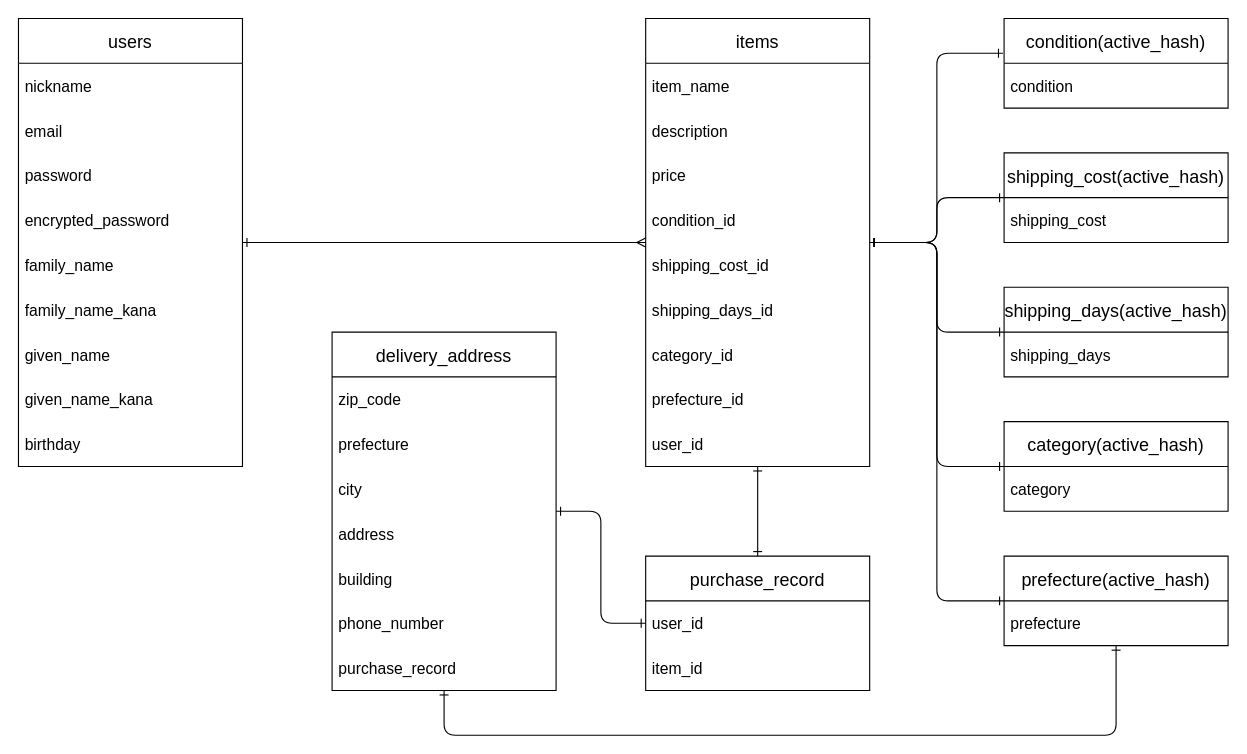
The draw.io diagram er.dio in oyo-112/furima-37147, before the edit. Source tidied: cells renumbered, new cells numbered last; positions are measured from the earlier drawing's top-left corner, leaving out a move shared by most shapes. Both pictures are drawn from the tidied source at 112%, with x=0, y=0 at pixel (18, 18).
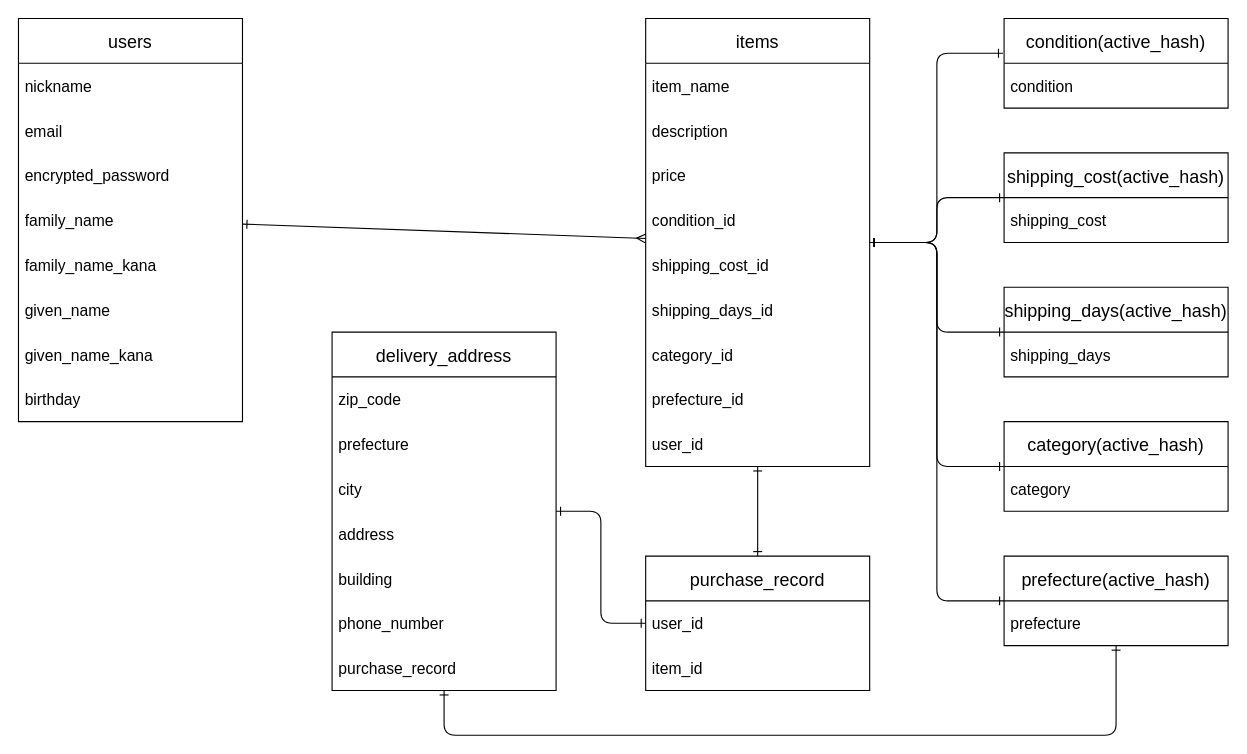
After the change.

Commit message (it also covers changes not shown here):
usersテーブルよりカラム:パスワードを削除

Diff of the diagram source:
```diff
@@
     <mxCell id="3" value="users" style="swimlane;fontStyle=0;horizontal=1;startSize=40;align=center;fontSize=16;" parent="1" vertex="1">
-      <mxGeometry width="200" height="400" as="geometry" />
+      <mxGeometry width="200" height="360" as="geometry" />
     </mxCell>
@@
-    <mxCell id="6" value="password" style="text;strokeColor=none;fillColor=none;spacingLeft=4;spacingRight=4;overflow=hidden;fontSize=14;verticalAlign=middle;" parent="3" vertex="1">
-      <mxGeometry y="120" width="200" height="40" as="geometry" />
-    </mxCell>
     <mxCell id="7" value="encrypted_password" style="text;strokeColor=none;fillColor=none;spacingLeft=4;spacingRight=4;overflow=hidden;fontSize=14;verticalAlign=middle;" parent="3" vertex="1">
-      <mxGeometry y="160" width="200" height="40" as="geometry" />
+      <mxGeometry y="120" width="200" height="40" as="geometry" />
     </mxCell>
     <mxCell id="8" value="family_name" style="text;strokeColor=none;fillColor=none;spacingLeft=4;spacingRight=4;overflow=hidden;fontSize=14;verticalAlign=middle;" parent="3" vertex="1">
-      <mxGeometry y="200" width="200" height="40" as="geometry" />
+      <mxGeometry y="160" width="200" height="40" as="geometry" />
     </mxCell>
     <mxCell id="9" value="family_name_kana" style="text;strokeColor=none;fillColor=none;spacingLeft=4;spacingRight=4;overflow=hidden;fontSize=14;verticalAlign=middle;horizontal=1;" parent="3" vertex="1">
-      <mxGeometry y="240" width="200" height="40" as="geometry" />
+      <mxGeometry y="200" width="200" height="40" as="geometry" />
     </mxCell>
     <mxCell id="10" value="given_name" style="text;strokeColor=none;fillColor=none;spacingLeft=4;spacingRight=4;overflow=hidden;fontSize=14;verticalAlign=middle;" parent="3" vertex="1">
-      <mxGeometry y="280" width="200" height="40" as="geometry" />
+      <mxGeometry y="240" width="200" height="40" as="geometry" />
     </mxCell>
     <mxCell id="11" value="given_name_kana" style="text;strokeColor=none;fillColor=none;spacingLeft=4;spacingRight=4;overflow=hidden;fontSize=14;verticalAlign=middle;" parent="3" vertex="1">
-      <mxGeometry y="320" width="200" height="40" as="geometry" />
+      <mxGeometry y="280" width="200" height="40" as="geometry" />
     </mxCell>
     <mxCell id="12" value="birthday" style="text;strokeColor=none;fillColor=none;spacingLeft=4;spacingRight=4;overflow=hidden;fontSize=14;verticalAlign=middle;" parent="3" vertex="1">
-      <mxGeometry y="360" width="200" height="40" as="geometry" />
+      <mxGeometry y="320" width="200" height="40" as="geometry" />
     </mxCell>
```
